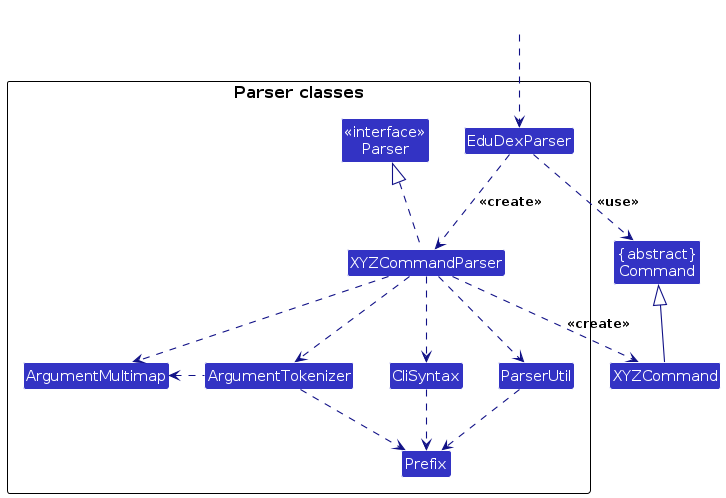
This is diagrams/ParserClasses.png from AY2526S1-CS2103T-T12-1/tp, a PlantUML export, as it was before one commit. Its source is kept beside it as diagrams/ParserClasses.puml.
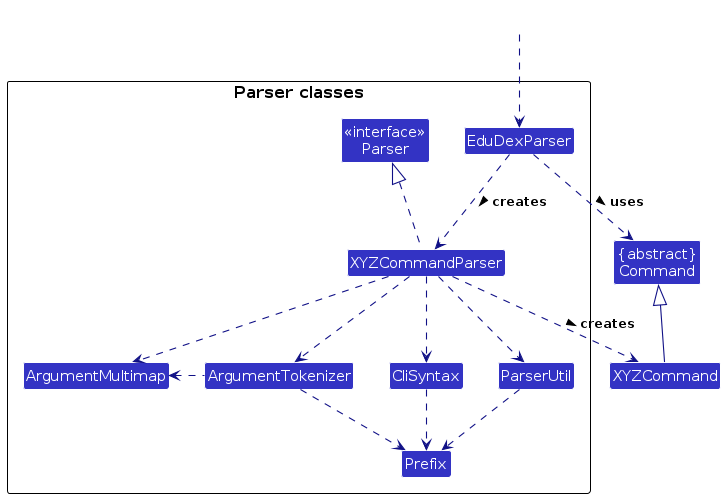
Above is the later version.

What changed in the source:
```diff
@@ -21,10 +21,10 @@
 Class HiddenOutside #FFFFFF
 HiddenOutside ..> EduDexParser
 
-EduDexParser .down.> XYZCommandParser: <<create>>
+EduDexParser .down.> XYZCommandParser: creates >
 
-XYZCommandParser ..> XYZCommand : <<create>>
-EduDexParser ..> Command : <<use>>
+XYZCommandParser ..> XYZCommand : creates >
+EduDexParser ..> Command : uses >
 XYZCommandParser .up.|> Parser
 XYZCommandParser ..> ArgumentMultimap
 XYZCommandParser ..> ArgumentTokenizer
```
